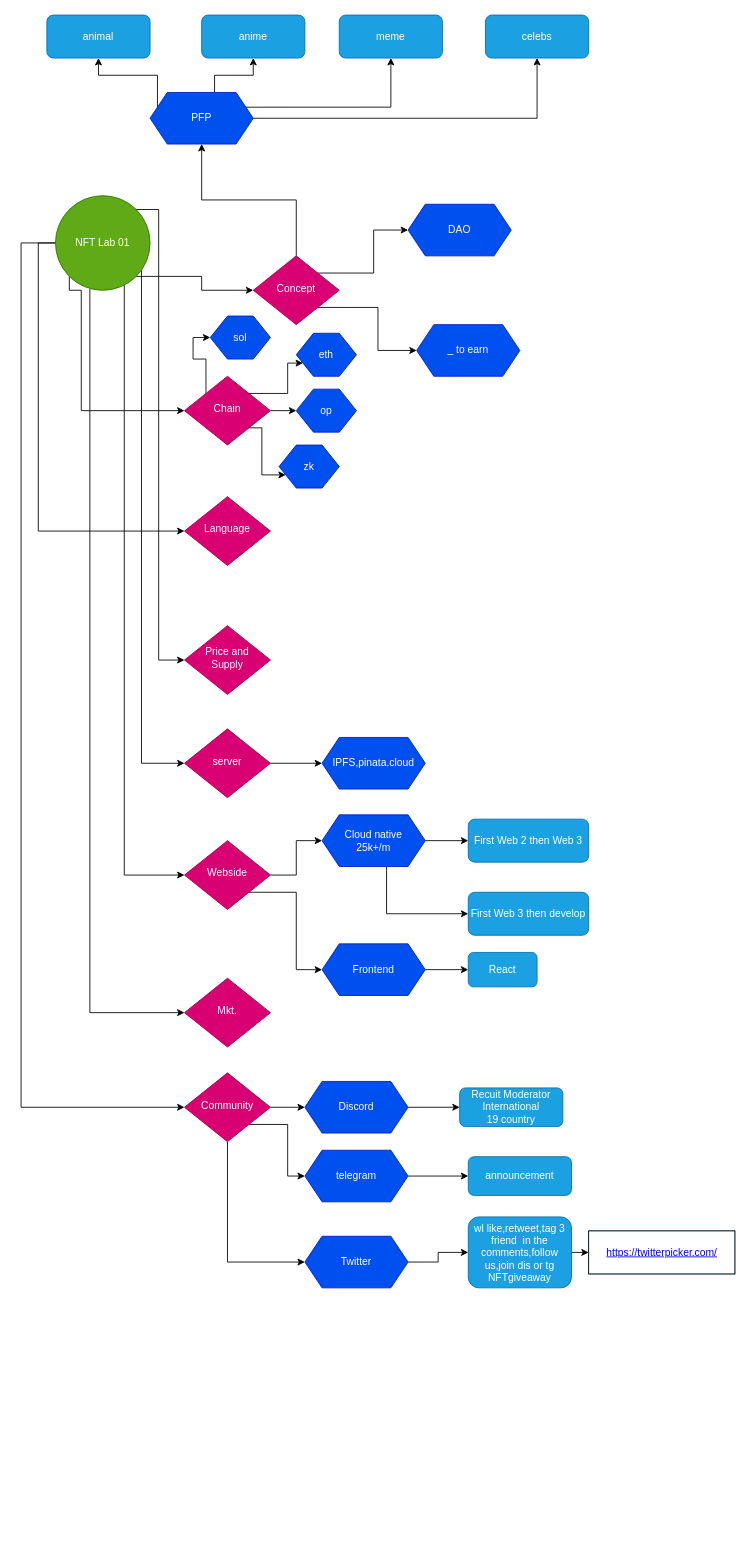
thanathonh/thanathonh keeps this draw.io diagram as Untitled Diagram.drawio. Above is the earlier version. Source tidied: cells renumbered, new cells numbered last; positions are measured from the earlier drawing's top-left corner, leaving out a move shared by most shapes. Both pictures are drawn from the tidied source at 86%, with x=0, y=0 at pixel (21, 15).
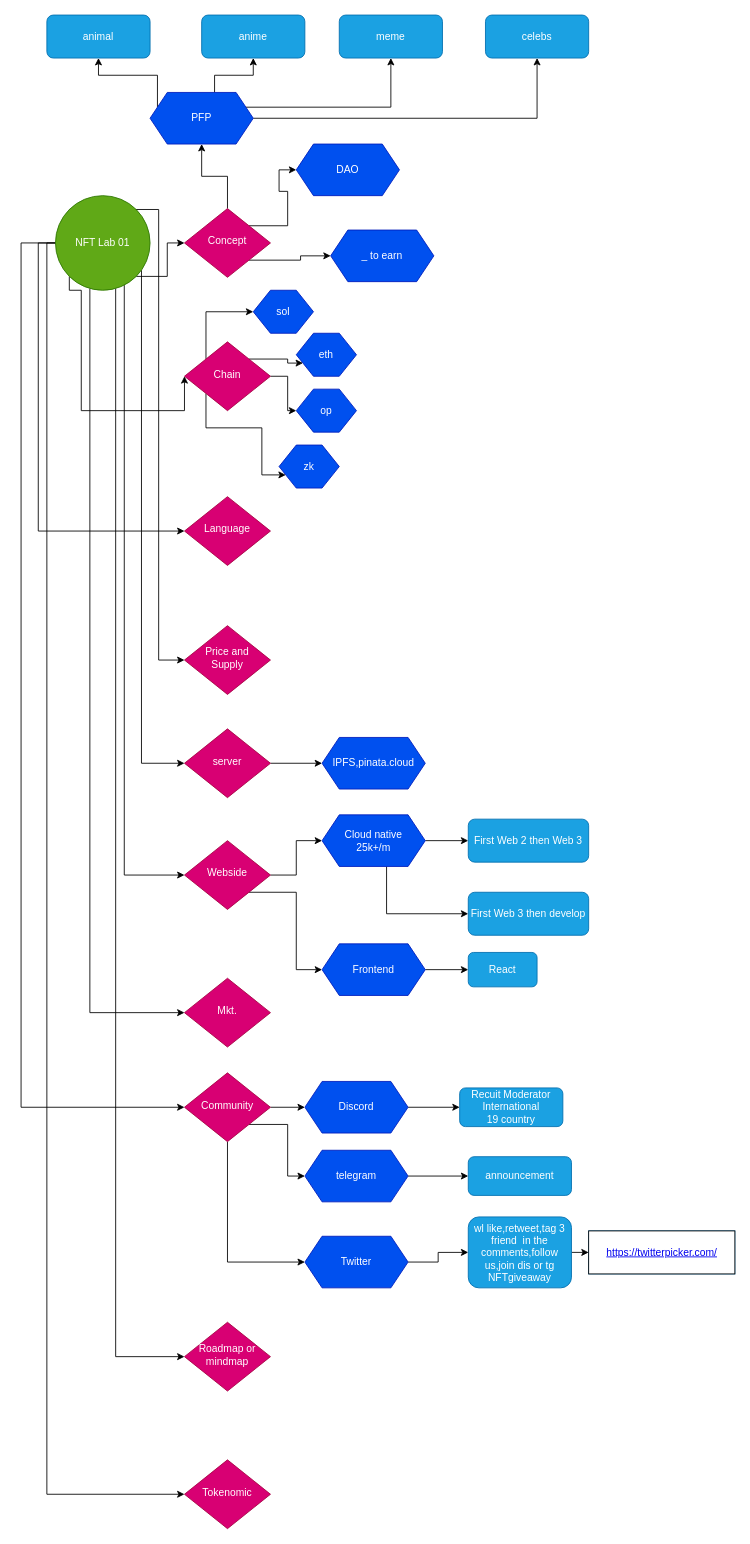
After the change.

The change refers to these unchanged cells:
```xml
<mxCell id="14" value="NFT Lab 01" style="ellipse;whiteSpace=wrap;html=1;fillColor=#60a917;fontColor=#ffffff;strokeColor=#2D7600;" parent="1" vertex="1">
  <mxGeometry x="40" y="210" width="110" height="110" as="geometry" />
</mxCell>
```

Change to the diagram source:
```diff
@@
     <mxCell id="5" value="Concept" style="rhombus;whiteSpace=wrap;html=1;shadow=0;fontFamily=Helvetica;fontSize=12;align=center;strokeWidth=1;spacing=6;spacingTop=-4;fillColor=#d80073;fontColor=#ffffff;strokeColor=#A50040;" parent="1" vertex="1">
-      <mxGeometry x="270" y="280" width="100" height="80" as="geometry" />
+      <mxGeometry x="190" y="225" width="100" height="80" as="geometry" />
     </mxCell>
@@
+    <mxCell id="70" style="edgeStyle=orthogonalEdgeStyle;rounded=0;jettySize=auto;html=1;entryX=0;entryY=0.5;entryDx=0;entryDy=0;" parent="1" edge="1" source="14" target="72">
+      <mxGeometry relative="1" as="geometry">
+        <Array as="points">
+          <mxPoint x="110" y="1560" />
+        </Array>
+      </mxGeometry>
+    </mxCell>
+    <mxCell id="71" style="edgeStyle=orthogonalEdgeStyle;rounded=0;jettySize=auto;html=1;entryX=0;entryY=0.5;entryDx=0;entryDy=0;" parent="1" edge="1" source="14" target="73">
+      <mxGeometry relative="1" as="geometry">
+        <Array as="points">
+          <mxPoint x="30" y="265" />
+          <mxPoint x="30" y="1720" />
+        </Array>
+      </mxGeometry>
+    </mxCell>
@@
     <mxCell id="24" value="DAO" style="shape=hexagon;perimeter=hexagonPerimeter2;whiteSpace=wrap;html=1;fixedSize=1;fillColor=#0050ef;fontColor=#ffffff;strokeColor=#001DBC;" parent="1" vertex="1">
-      <mxGeometry x="450" y="220" width="120" height="60" as="geometry" />
+      <mxGeometry x="320" y="150" width="120" height="60" as="geometry" />
     </mxCell>
     <mxCell id="25" value="_ to earn" style="shape=hexagon;perimeter=hexagonPerimeter2;whiteSpace=wrap;html=1;fixedSize=1;fillColor=#0050ef;fontColor=#ffffff;strokeColor=#001DBC;" parent="1" vertex="1">
-      <mxGeometry x="460" y="360" width="120" height="60" as="geometry" />
+      <mxGeometry x="360" y="250" width="120" height="60" as="geometry" />
     </mxCell>
@@
     <mxCell id="30" value="Chain" style="rhombus;whiteSpace=wrap;html=1;shadow=0;fontFamily=Helvetica;fontSize=12;align=center;strokeWidth=1;spacing=6;spacingTop=-4;fillColor=#d80073;fontColor=#ffffff;strokeColor=#A50040;" parent="1" vertex="1">
-      <mxGeometry x="190" y="420" width="100" height="80" as="geometry" />
+      <mxGeometry x="190" y="380" width="100" height="80" as="geometry" />
     </mxCell>
@@
     <mxCell id="46" value="sol" style="shape=hexagon;perimeter=hexagonPerimeter2;whiteSpace=wrap;html=1;fixedSize=1;fillColor=#0050ef;fontColor=#ffffff;strokeColor=#001DBC;" parent="1" vertex="1">
-      <mxGeometry x="220" y="350" width="70" height="50" as="geometry" />
+      <mxGeometry x="270" y="320" width="70" height="50" as="geometry" />
     </mxCell>
@@
+    <mxCell id="72" value="Roadmap or mindmap" style="rhombus;whiteSpace=wrap;html=1;shadow=0;fontFamily=Helvetica;fontSize=12;align=center;strokeWidth=1;spacing=6;spacingTop=-4;fillColor=#d80073;fontColor=#ffffff;strokeColor=#A50040;" parent="1" vertex="1">
+      <mxGeometry x="190" y="1520" width="100" height="80" as="geometry" />
+    </mxCell>
+    <mxCell id="73" value="Tokenomic" style="rhombus;whiteSpace=wrap;html=1;shadow=0;fontFamily=Helvetica;fontSize=12;align=center;strokeWidth=1;spacing=6;spacingTop=-4;fillColor=#d80073;fontColor=#ffffff;strokeColor=#A50040;" parent="1" vertex="1">
+      <mxGeometry x="190" y="1680" width="100" height="80" as="geometry" />
+    </mxCell>
```
